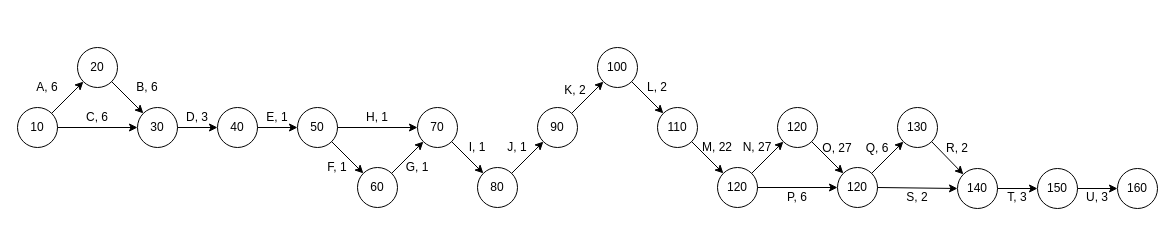
The draw.io diagram DOCS/Diagrams/drawio/PERT Diagram.drawio in alexxGmZ/MenuMaApp, before the edit. Source tidied: cells renumbered, new cells numbered last; positions are measured from the earlier drawing's top-left corner, leaving out a move shared by most shapes. Both pictures are drawn from the tidied source at 100%, with x=0, y=0 at pixel (17, 47).
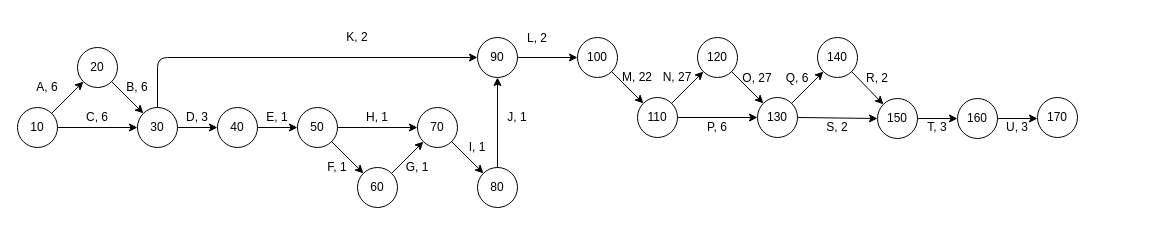
The same page after the edit.

Commit message:
diagram(pert): re-route task K

The change refers to these unchanged cells:
```xml
<mxCell id="25" value="&lt;font style=&quot;font-size: 12px;&quot;&gt;80&lt;br&gt;&lt;/font&gt;" style="ellipse;whiteSpace=wrap;html=1;" parent="1" vertex="1">
  <mxGeometry x="460" y="120" width="40" height="40" as="geometry" />
</mxCell>
<mxCell id="28" value="I, 1" style="text;html=1;strokeColor=none;fillColor=none;align=center;verticalAlign=middle;whiteSpace=wrap;rounded=0;fontSize=12;" parent="1" vertex="1">
  <mxGeometry x="440" y="80" width="40" height="40" as="geometry" />
</mxCell>
```

Diff of the diagram source:
```diff
@@
+    <mxCell id="62" style="edgeStyle=none;html=1;exitX=1;exitY=1;exitDx=0;exitDy=0;entryX=0;entryY=0.5;entryDx=0;entryDy=0;" parent="1" edge="1" source="8" target="26">
+      <mxGeometry relative="1" as="geometry">
+        <Array as="points">
+          <mxPoint x="140" y="10" />
+        </Array>
+      </mxGeometry>
+    </mxCell>
@@
     <mxCell id="8" value="B, 6" style="text;html=1;strokeColor=none;fillColor=none;align=center;verticalAlign=middle;whiteSpace=wrap;rounded=0;fontSize=12;" parent="1" vertex="1">
-      <mxGeometry x="110" y="20" width="40" height="40" as="geometry" />
+      <mxGeometry x="100" y="20" width="40" height="40" as="geometry" />
     </mxCell>
@@
-    <mxCell id="26" value="&lt;font style=&quot;font-size: 12px;&quot;&gt;90&lt;br&gt;&lt;/font&gt;" style="ellipse;whiteSpace=wrap;html=1;" parent="1" vertex="1">
-      <mxGeometry x="520" y="60" width="40" height="40" as="geometry" />
-    </mxCell>
@@
-    <mxCell id="29" style="endArrow=classic;html=1;fontSize=12;entryX=0;entryY=1;entryDx=0;entryDy=0;exitX=1;exitY=0;exitDx=0;exitDy=0;" parent="1" edge="1" source="25" target="26">
+    <mxCell id="29" style="endArrow=classic;html=1;fontSize=12;entryX=0.5;entryY=1;entryDx=0;entryDy=0;exitX=1;exitY=1;exitDx=0;exitDy=0;" parent="1" edge="1" source="28" target="26">
       <mxGeometry relative="1" as="geometry" />
     </mxCell>
     <mxCell id="30" value="J, 1" style="text;html=1;strokeColor=none;fillColor=none;align=center;verticalAlign=middle;whiteSpace=wrap;rounded=0;fontSize=12;" parent="1" vertex="1">
-      <mxGeometry x="480" y="80" width="40" height="40" as="geometry" />
+      <mxGeometry x="480" y="50" width="40" height="40" as="geometry" />
     </mxCell>
-    <mxCell id="31" value="&lt;font style=&quot;font-size: 12px;&quot;&gt;100&lt;br&gt;&lt;/font&gt;" style="ellipse;whiteSpace=wrap;html=1;" parent="1" vertex="1">
-      <mxGeometry x="580" width="40" height="40" as="geometry" />
-    </mxCell>
-    <mxCell id="32" value="&lt;font style=&quot;font-size: 12px;&quot;&gt;110&lt;br&gt;&lt;/font&gt;" style="ellipse;whiteSpace=wrap;html=1;" parent="1" vertex="1">
-      <mxGeometry x="640" y="60" width="40" height="40" as="geometry" />
+    <mxCell id="32" value="&lt;font style=&quot;font-size: 12px;&quot;&gt;100&lt;br&gt;&lt;/font&gt;" style="ellipse;whiteSpace=wrap;html=1;" parent="1" vertex="1">
+      <mxGeometry x="560" y="-10" width="40" height="40" as="geometry" />
     </mxCell>
-    <mxCell id="33" value="&lt;font style=&quot;font-size: 12px;&quot;&gt;120&lt;br&gt;&lt;/font&gt;" style="ellipse;whiteSpace=wrap;html=1;" parent="1" vertex="1">
-      <mxGeometry x="700" y="120" width="40" height="40" as="geometry" />
+    <mxCell id="33" value="&lt;font style=&quot;font-size: 12px;&quot;&gt;110&lt;br&gt;&lt;/font&gt;" style="ellipse;whiteSpace=wrap;html=1;" parent="1" vertex="1">
+      <mxGeometry x="620" y="50" width="40" height="40" as="geometry" />
     </mxCell>
-    <mxCell id="34" style="endArrow=classic;html=1;fontSize=12;exitX=1;exitY=0;exitDx=0;exitDy=0;entryX=0;entryY=1;entryDx=0;entryDy=0;" parent="1" edge="1" source="26" target="31">
-      <mxGeometry relative="1" as="geometry" />
-    </mxCell>
@@
-    <mxCell id="36" style="endArrow=classic;html=1;fontSize=12;exitX=1;exitY=1;exitDx=0;exitDy=0;entryX=0;entryY=0;entryDx=0;entryDy=0;" parent="1" edge="1" source="31" target="32">
+    <mxCell id="36" style="endArrow=classic;html=1;fontSize=12;exitX=1;exitY=0.5;exitDx=0;exitDy=0;entryX=0;entryY=0.5;entryDx=0;entryDy=0;" parent="1" edge="1" source="26" target="32">
       <mxGeometry relative="1" as="geometry" />
     </mxCell>
-    <mxCell id="37" value="K, 2" style="text;html=1;strokeColor=none;fillColor=none;align=center;verticalAlign=middle;whiteSpace=wrap;rounded=0;fontSize=12;" parent="1" vertex="1">
-      <mxGeometry x="538" y="23" width="40" height="40" as="geometry" />
-    </mxCell>
     <mxCell id="38" value="L, 2" style="text;html=1;strokeColor=none;fillColor=none;align=center;verticalAlign=middle;whiteSpace=wrap;rounded=0;fontSize=12;" parent="1" vertex="1">
-      <mxGeometry x="620" y="20" width="40" height="40" as="geometry" />
+      <mxGeometry x="500" y="-29" width="40" height="40" as="geometry" />
     </mxCell>
     <mxCell id="39" value="M, 22" style="text;html=1;strokeColor=none;fillColor=none;align=center;verticalAlign=middle;whiteSpace=wrap;rounded=0;fontSize=12;" parent="1" vertex="1">
-      <mxGeometry x="680" y="80" width="40" height="40" as="geometry" />
+      <mxGeometry x="600" y="10" width="40" height="40" as="geometry" />
     </mxCell>
     <mxCell id="40" value="&lt;font style=&quot;font-size: 12px;&quot;&gt;120&lt;br&gt;&lt;/font&gt;" style="ellipse;whiteSpace=wrap;html=1;" parent="1" vertex="1">
-      <mxGeometry x="760" y="60" width="40" height="40" as="geometry" />
+      <mxGeometry x="680" y="-10" width="40" height="40" as="geometry" />
     </mxCell>
@@
     <mxCell id="42" value="N, 27" style="text;html=1;strokeColor=none;fillColor=none;align=center;verticalAlign=middle;whiteSpace=wrap;rounded=0;fontSize=12;" parent="1" vertex="1">
-      <mxGeometry x="720" y="80" width="40" height="40" as="geometry" />
+      <mxGeometry x="640" y="10" width="40" height="40" as="geometry" />
     </mxCell>
-    <mxCell id="43" value="&lt;font style=&quot;font-size: 12px;&quot;&gt;120&lt;br&gt;&lt;/font&gt;" style="ellipse;whiteSpace=wrap;html=1;" parent="1" vertex="1">
-      <mxGeometry x="820" y="120" width="40" height="40" as="geometry" />
+    <mxCell id="43" value="&lt;font style=&quot;font-size: 12px;&quot;&gt;130&lt;br&gt;&lt;/font&gt;" style="ellipse;whiteSpace=wrap;html=1;" parent="1" vertex="1">
+      <mxGeometry x="740" y="50" width="40" height="40" as="geometry" />
     </mxCell>
@@
     <mxCell id="45" value="O, 27" style="text;html=1;strokeColor=none;fillColor=none;align=center;verticalAlign=middle;whiteSpace=wrap;rounded=0;fontSize=12;" parent="1" vertex="1">
-      <mxGeometry x="800" y="81" width="40" height="40" as="geometry" />
+      <mxGeometry x="720" y="11" width="40" height="40" as="geometry" />
     </mxCell>
@@
     <mxCell id="47" value="P, 6" style="text;html=1;strokeColor=none;fillColor=none;align=center;verticalAlign=middle;whiteSpace=wrap;rounded=0;fontSize=12;" parent="1" vertex="1">
-      <mxGeometry x="760" y="130" width="40" height="40" as="geometry" />
+      <mxGeometry x="680" y="60" width="40" height="40" as="geometry" />
     </mxCell>
-    <mxCell id="48" value="&lt;font style=&quot;font-size: 12px;&quot;&gt;130&lt;br&gt;&lt;/font&gt;" style="ellipse;whiteSpace=wrap;html=1;" parent="1" vertex="1">
-      <mxGeometry x="880" y="60" width="40" height="40" as="geometry" />
+    <mxCell id="48" value="&lt;font style=&quot;font-size: 12px;&quot;&gt;140&lt;br&gt;&lt;/font&gt;" style="ellipse;whiteSpace=wrap;html=1;" parent="1" vertex="1">
+      <mxGeometry x="800" y="-10" width="40" height="40" as="geometry" />
     </mxCell>
@@
     <mxCell id="50" value="Q, 6" style="text;html=1;strokeColor=none;fillColor=none;align=center;verticalAlign=middle;whiteSpace=wrap;rounded=0;fontSize=12;" parent="1" vertex="1">
-      <mxGeometry x="840" y="81" width="40" height="40" as="geometry" />
+      <mxGeometry x="760" y="11" width="40" height="40" as="geometry" />
     </mxCell>
-    <mxCell id="51" value="&lt;font style=&quot;font-size: 12px;&quot;&gt;140&lt;br&gt;&lt;/font&gt;" style="ellipse;whiteSpace=wrap;html=1;" parent="1" vertex="1">
-      <mxGeometry x="940" y="121" width="40" height="40" as="geometry" />
+    <mxCell id="51" value="&lt;font style=&quot;font-size: 12px;&quot;&gt;150&lt;br&gt;&lt;/font&gt;" style="ellipse;whiteSpace=wrap;html=1;" parent="1" vertex="1">
+      <mxGeometry x="860" y="51" width="40" height="40" as="geometry" />
     </mxCell>
@@
     <mxCell id="53" value="R, 2" style="text;html=1;strokeColor=none;fillColor=none;align=center;verticalAlign=middle;whiteSpace=wrap;rounded=0;fontSize=12;" parent="1" vertex="1">
-      <mxGeometry x="920" y="81" width="40" height="40" as="geometry" />
+      <mxGeometry x="840" y="11" width="40" height="40" as="geometry" />
     </mxCell>
@@
     <mxCell id="55" value="S, 2" style="text;html=1;strokeColor=none;fillColor=none;align=center;verticalAlign=middle;whiteSpace=wrap;rounded=0;fontSize=12;" parent="1" vertex="1">
-      <mxGeometry x="880" y="130" width="40" height="40" as="geometry" />
+      <mxGeometry x="800" y="60" width="40" height="40" as="geometry" />
     </mxCell>
-    <mxCell id="56" value="&lt;font style=&quot;font-size: 12px;&quot;&gt;150&lt;br&gt;&lt;/font&gt;" style="ellipse;whiteSpace=wrap;html=1;" parent="1" vertex="1">
-      <mxGeometry x="1020" y="121" width="40" height="40" as="geometry" />
+    <mxCell id="56" value="&lt;font style=&quot;font-size: 12px;&quot;&gt;160&lt;br&gt;&lt;/font&gt;" style="ellipse;whiteSpace=wrap;html=1;" parent="1" vertex="1">
+      <mxGeometry x="940" y="51" width="40" height="40" as="geometry" />
     </mxCell>
-    <mxCell id="57" value="&lt;font style=&quot;font-size: 12px;&quot;&gt;160&lt;br&gt;&lt;/font&gt;" style="ellipse;whiteSpace=wrap;html=1;" parent="1" vertex="1">
-      <mxGeometry x="1100" y="121" width="40" height="40" as="geometry" />
+    <mxCell id="57" value="&lt;font style=&quot;font-size: 12px;&quot;&gt;170&lt;br&gt;&lt;/font&gt;" style="ellipse;whiteSpace=wrap;html=1;" parent="1" vertex="1">
+      <mxGeometry x="1020" y="50" width="40" height="40" as="geometry" />
     </mxCell>
@@
-    <mxCell id="59" style="endArrow=classic;html=1;fontSize=12;exitX=1;exitY=0.5;exitDx=0;exitDy=0;entryX=0;entryY=0.5;entryDx=0;entryDy=0;" parent="1" edge="1" source="56" target="57">
-      <mxGeometry relative="1" as="geometry" />
+    <mxCell id="59" style="endArrow=classic;html=1;fontSize=12;exitX=1;exitY=0.5;exitDx=0;exitDy=0;entryX=0;entryY=0.5;entryDx=0;entryDy=0;" parent="1" edge="1" source="56">
+      <mxGeometry relative="1" as="geometry">
+        <mxPoint x="1020" y="71" as="targetPoint" />
+      </mxGeometry>
     </mxCell>
     <mxCell id="60" value="T, 3" style="text;html=1;strokeColor=none;fillColor=none;align=center;verticalAlign=middle;whiteSpace=wrap;rounded=0;fontSize=12;" parent="1" vertex="1">
-      <mxGeometry x="980" y="130" width="40" height="40" as="geometry" />
+      <mxGeometry x="900" y="60" width="40" height="40" as="geometry" />
     </mxCell>
     <mxCell id="61" value="U, 3" style="text;html=1;strokeColor=none;fillColor=none;align=center;verticalAlign=middle;whiteSpace=wrap;rounded=0;fontSize=12;" parent="1" vertex="1">
-      <mxGeometry x="1060" y="130" width="40" height="40" as="geometry" />
+      <mxGeometry x="980" y="60" width="40" height="40" as="geometry" />
     </mxCell>
+    <mxCell id="37" value="K, 2" style="text;html=1;strokeColor=none;fillColor=none;align=center;verticalAlign=middle;whiteSpace=wrap;rounded=0;fontSize=12;" parent="1" vertex="1">
+      <mxGeometry x="320" y="-30" width="40" height="40" as="geometry" />
+    </mxCell>
+    <mxCell id="26" value="90" style="ellipse;whiteSpace=wrap;html=1;" parent="1" vertex="1">
+      <mxGeometry x="460" y="-10" width="40" height="40" as="geometry" />
+    </mxCell>
```
